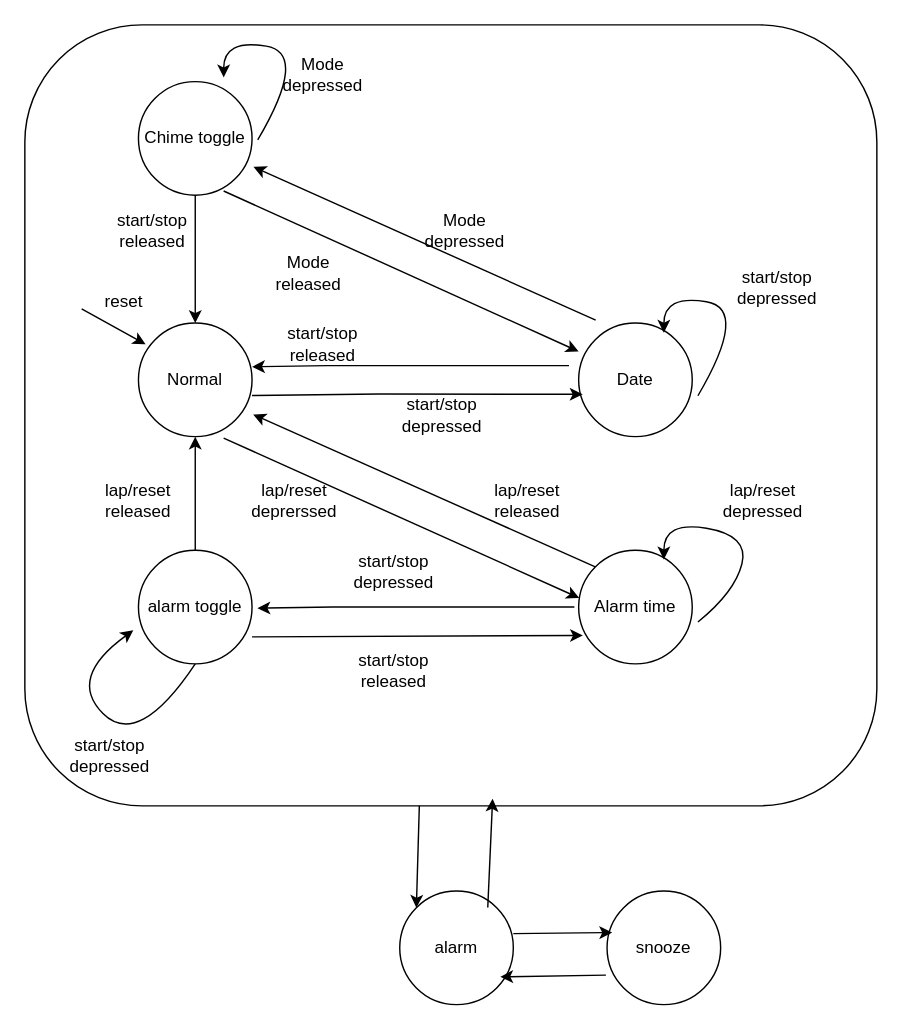
Earlier version of the draw.io diagram page "Clock" (1 of 4) of Stopwatch FSM.drawio (epicfletch/UWE-Stopwatch-3LM). Source tidied: cells renumbered, new cells numbered last; positions are measured from the earlier drawing's top-left corner, leaving out a move shared by most shapes. Both pictures are drawn from the tidied source at 142%, with x=0, y=0 at pixel (24, 24).
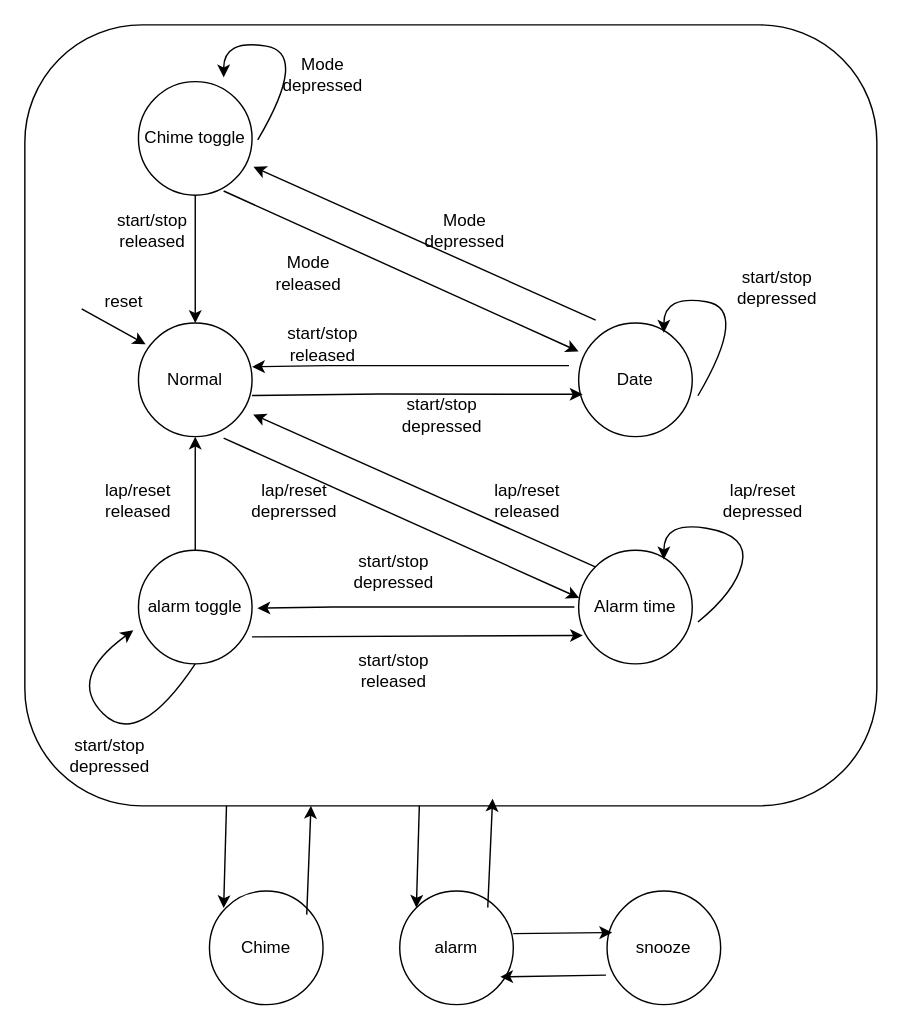
The same page after the edit.

Diff of the diagram source:
```diff
@@
+    <mxCell id="44" value="Chime" style="ellipse;whiteSpace=wrap;html=1;" parent="1" vertex="1">
+      <mxGeometry x="130" y="610" width="80" height="80" as="geometry" />
+    </mxCell>
+    <mxCell id="45" style="endArrow=classic;html=1;rounded=0;exitX=0.463;exitY=1;exitDx=0;exitDy=0;exitPerimeter=0;entryX=0;entryY=0;entryDx=0;entryDy=0;" parent="1" edge="1">
+      <mxGeometry relative="1" as="geometry">
+        <mxPoint x="142" y="550" as="sourcePoint" />
+        <mxPoint x="140" y="622" as="targetPoint" />
+      </mxGeometry>
+    </mxCell>
+    <mxCell id="46" style="endArrow=classic;html=1;rounded=0;exitX=0.85;exitY=0.02;exitDx=0;exitDy=0;exitPerimeter=0;entryX=0.549;entryY=0.991;entryDx=0;entryDy=0;entryPerimeter=0;" parent="1" edge="1">
+      <mxGeometry relative="1" as="geometry">
+        <mxPoint x="198.5" y="626.6" as="sourcePoint" />
+        <mxPoint x="201.5" y="550" as="targetPoint" />
+      </mxGeometry>
+    </mxCell>
```
